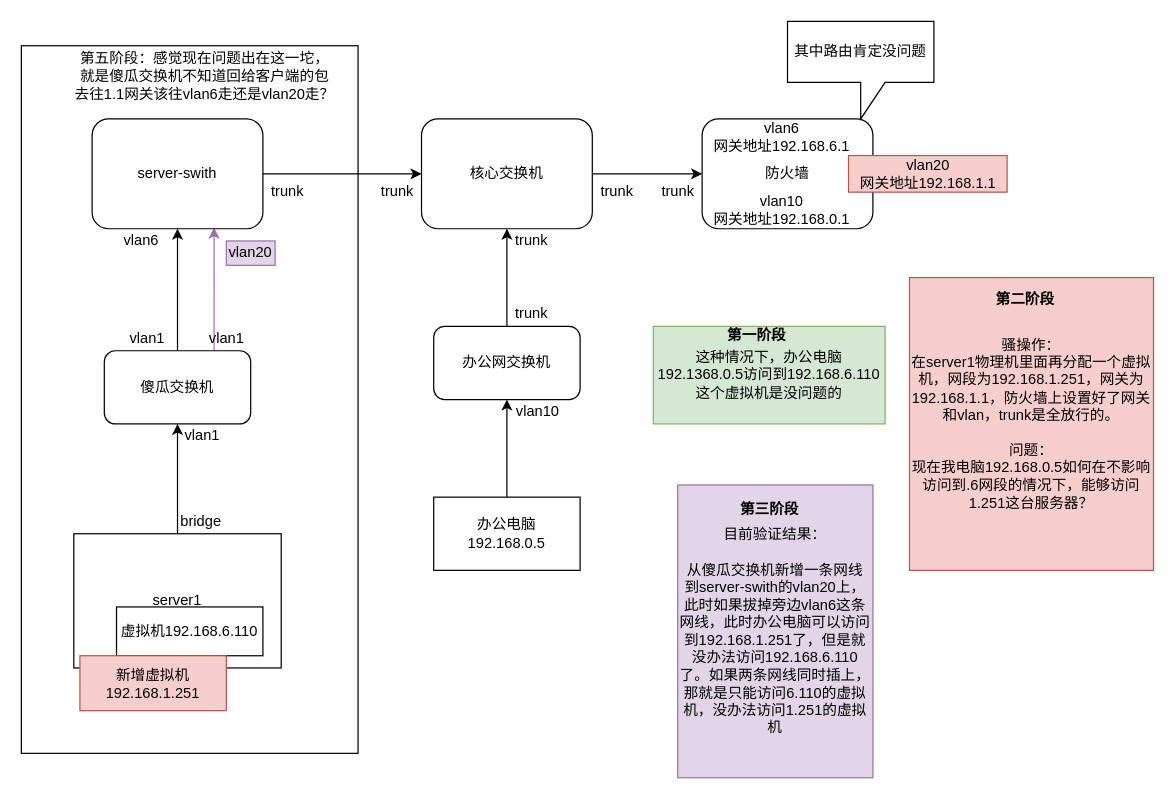
Earlier version of the draw.io diagram pve-Network.drawio (Qiwei-Ran/MyRepository). Source tidied: cells renumbered, new cells numbered last; positions are measured from the earlier drawing's top-left corner, leaving out a move shared by most shapes. Both pictures are drawn from the tidied source at 122%, with x=0, y=0 at pixel (21, 21).
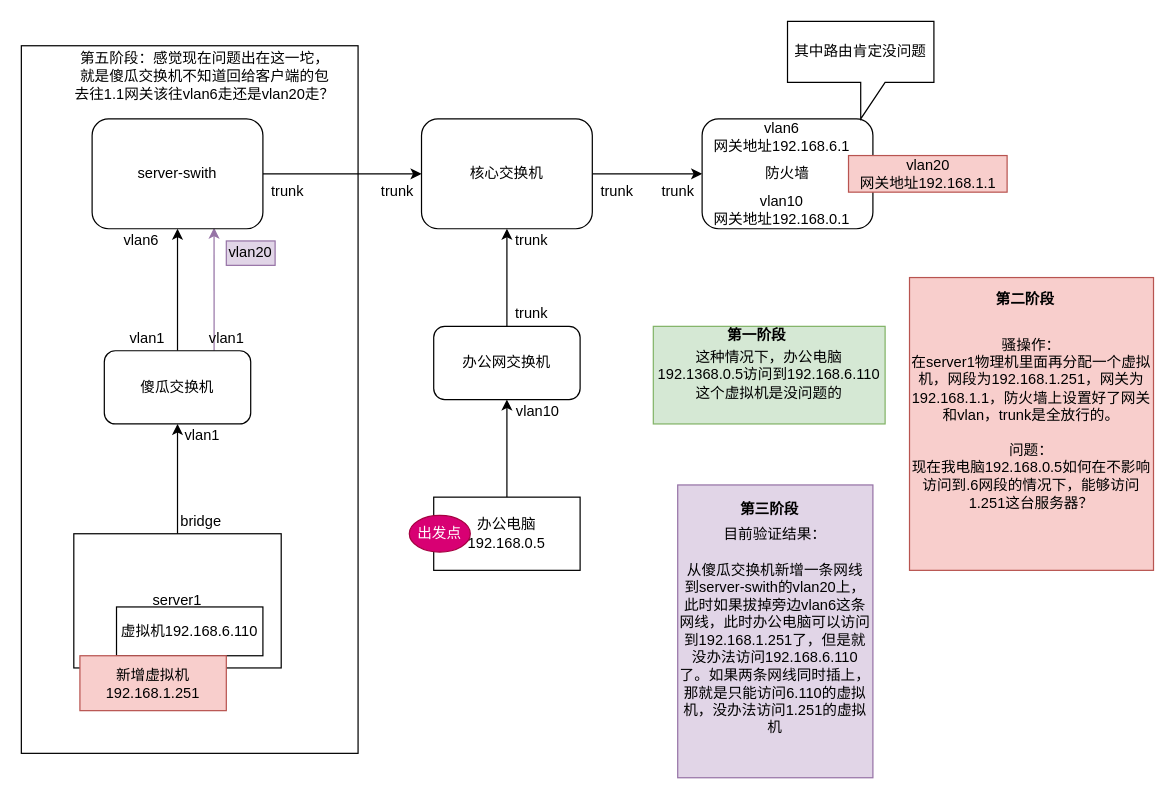
After the change.

Diff of the diagram source:
```diff
@@
+    <mxCell id="43" value="出发点" style="ellipse;whiteSpace=wrap;html=1;fillColor=#d80073;strokeColor=#A50040;fontColor=#ffffff;" parent="1" vertex="1">
+      <mxGeometry x="318" y="405" width="50" height="30" as="geometry" />
+    </mxCell>
```
